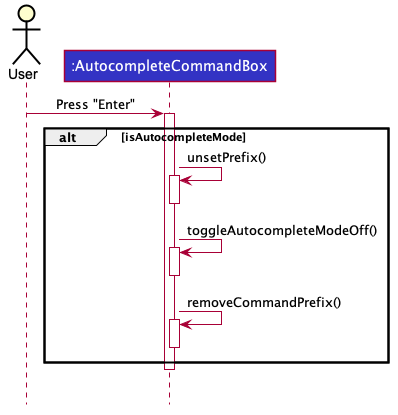
Above: docs/images/AutocompleteExitFlowSequenceDiagram1.png in nus-cs2103-AY2021S1/tp (PlantUML), before the change. Source of this version:
```plantuml
@startuml








skinparam BackgroundColor #FFFFFFF

skinparam Shadowing false

skinparam Class {
    FontColor #FFFFFF
    BorderThickness 1
    BorderColor #FFFFFF
    StereotypeFontColor #FFFFFF
    FontName Arial
}

skinparam Actor {
    BorderColor #000000
    Color #000000
    FontName Arial
}

skinparam Sequence {
    MessageAlign center
    BoxFontSize 15
    BoxPadding 0
    BoxFontColor #FFFFFF
    FontName Arial
}

skinparam Participant {
    FontColor #FFFFFFF
    Padding 20
}

skinparam MinClassWidth 50
skinparam ParticipantPadding 10
skinparam Shadowing false
skinparam DefaultTextAlignment center
skinparam packageStyle Rectangle

hide footbox
hide members
hide circle

Actor User
participant ":AutocompleteCommandBox" as AutocompleteCommandBox #3333C4

User -> AutocompleteCommandBox : Press "Enter"
activate AutocompleteCommandBox

alt isAutocompleteMode
    AutocompleteCommandBox -> AutocompleteCommandBox : unsetPrefix()
    activate AutocompleteCommandBox
    deactivate AutocompleteCommandBox

    AutocompleteCommandBox -> AutocompleteCommandBox : toggleAutocompleteModeOff()
    activate AutocompleteCommandBox
    deactivate AutocompleteCommandBox

    AutocompleteCommandBox -> AutocompleteCommandBox : removeCommandPrefix()
    activate AutocompleteCommandBox
    deactivate AutocompleteCommandBox
end
deactivate AutocompleteCommandBox
||||


@enduml
```
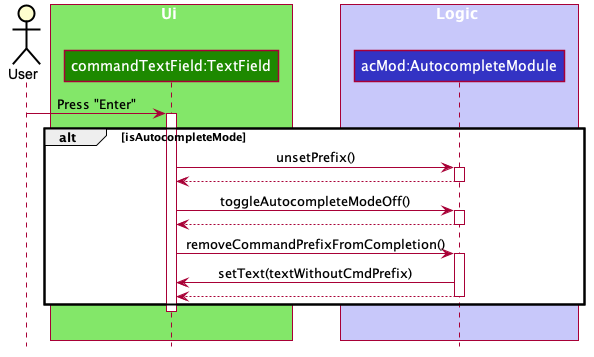
The same diagram one commit later.

Diff of the diagram source:
```diff
@@ -49,25 +49,34 @@
 hide circle
 
 Actor User
-participant ":AutocompleteCommandBox" as AutocompleteCommandBox #3333C4
+box Ui #83E769
+participant "commandTextField:TextField" as TextField #1D8900
+end box
+box Logic #C8C8FA
+participant "acMod:AutocompleteModule" as AutocompleteModule #3333C4
+end box
 
-User -> AutocompleteCommandBox : Press "Enter"
-activate AutocompleteCommandBox
+User -> TextField : Press "Enter"
+activate TextField
 
 alt isAutocompleteMode
-    AutocompleteCommandBox -> AutocompleteCommandBox : unsetPrefix()
-    activate AutocompleteCommandBox
-    deactivate AutocompleteCommandBox
+    TextField -> AutocompleteModule : unsetPrefix()
+    activate AutocompleteModule
+    AutocompleteModule --> TextField
+    deactivate AutocompleteModule
 
-    AutocompleteCommandBox -> AutocompleteCommandBox : toggleAutocompleteModeOff()
-    activate AutocompleteCommandBox
-    deactivate AutocompleteCommandBox
+    TextField -> AutocompleteModule : toggleAutocompleteModeOff()
+    activate AutocompleteModule
+    AutocompleteModule --> TextField
+    deactivate AutocompleteModule
 
-    AutocompleteCommandBox -> AutocompleteCommandBox : removeCommandPrefix()
-    activate AutocompleteCommandBox
-    deactivate AutocompleteCommandBox
+    TextField -> AutocompleteModule : removeCommandPrefixFromCompletion()
+    activate AutocompleteModule
+    AutocompleteModule -> TextField : setText(textWithoutCmdPrefix)
+    AutocompleteModule --> TextField
+    deactivate AutocompleteModule
 end
-deactivate AutocompleteCommandBox
+deactivate TextField
 ||||
 
 
```
